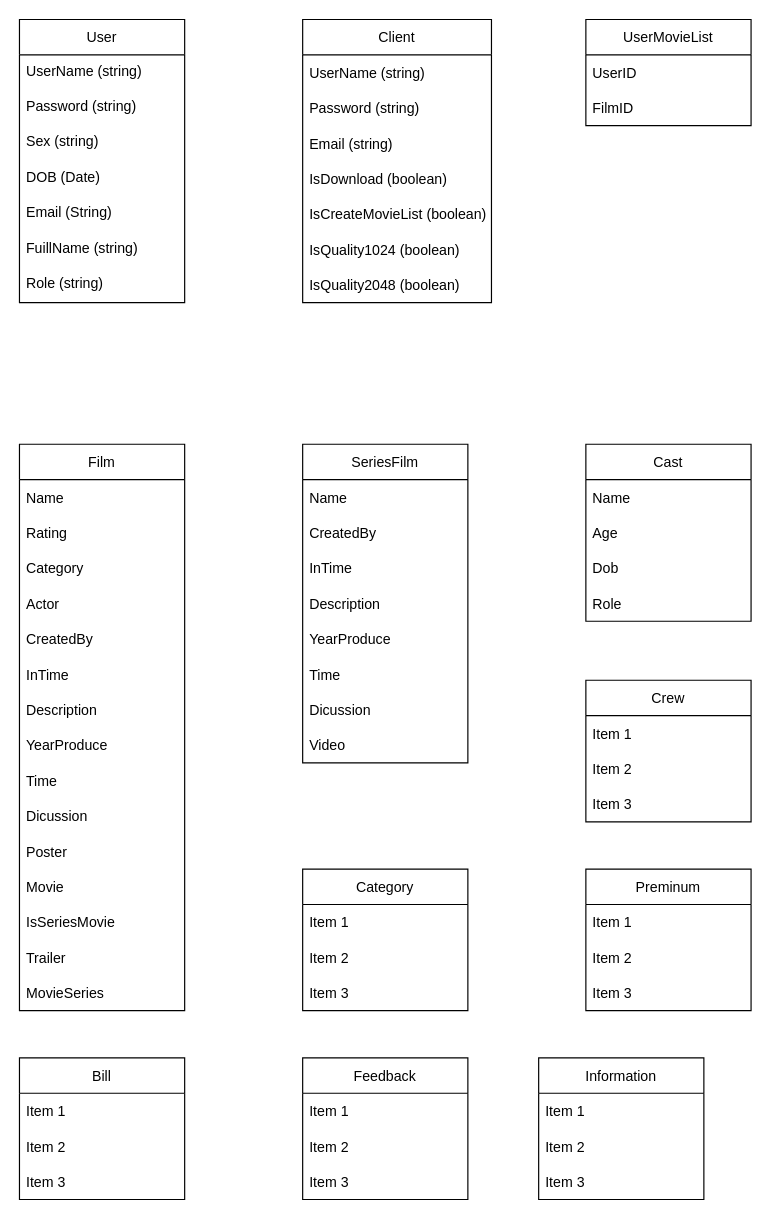
KenDZz1012/LKShop-NgonNguKichBan keeps this draw.io diagram as database.drawio. Above is the earlier version. Source tidied: cells renumbered, new cells numbered last; positions are measured from the earlier drawing's top-left corner, leaving out a move shared by most shapes. Both pictures are drawn from the tidied source at 118%, with x=0, y=0 at pixel (19, 19).
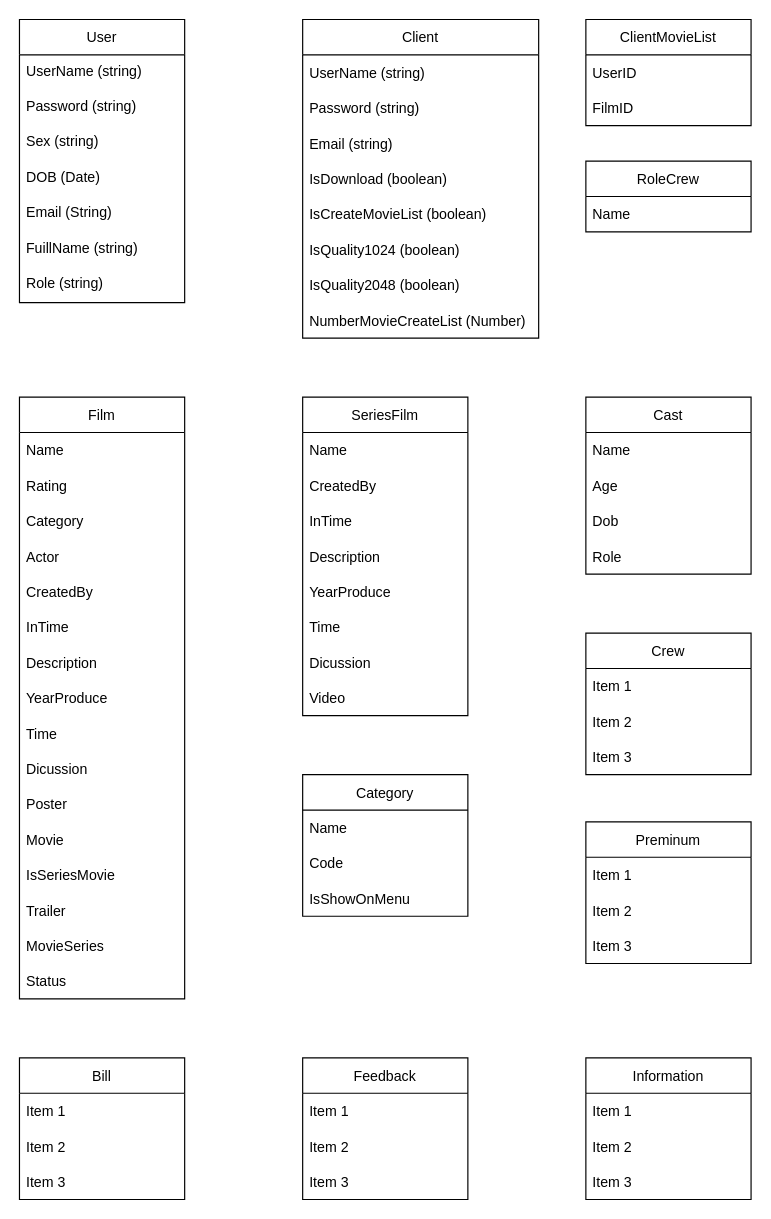
Above is the later version.

What changed in the source:
```diff
@@
     <mxCell id="10" value="Film" style="swimlane;fontStyle=0;horizontal=1;startSize=30;" parent="1" vertex="1">
-      <mxGeometry y="360" width="140" height="480" as="geometry" />
+      <mxGeometry y="320" width="140" height="510" as="geometry" />
     </mxCell>
@@
+    <mxCell id="75" value="Status" style="text;strokeColor=none;fillColor=none;align=left;verticalAlign=middle;spacingLeft=4;spacingRight=4;overflow=hidden;" parent="10" vertex="1">
+      <mxGeometry y="480" width="140" height="30" as="geometry" />
+    </mxCell>
     <mxCell id="26" value="Cast" style="swimlane;fontStyle=0;horizontal=1;startSize=30;" parent="1" vertex="1">
-      <mxGeometry x="480" y="360" width="140" height="150" as="geometry" />
+      <mxGeometry x="480" y="320" width="140" height="150" as="geometry" />
     </mxCell>
@@
     <mxCell id="31" value="Client" style="swimlane;fontStyle=0;horizontal=1;startSize=30;" parent="1" vertex="1">
-      <mxGeometry x="240" width="160" height="240" as="geometry" />
+      <mxGeometry x="240" width="200" height="270" as="geometry" />
     </mxCell>
     <mxCell id="32" value="UserName (string)" style="text;strokeColor=none;fillColor=none;align=left;verticalAlign=middle;spacingLeft=4;spacingRight=4;overflow=hidden;" parent="31" vertex="1">
-      <mxGeometry y="30" width="160" height="30" as="geometry" />
+      <mxGeometry y="30" width="200" height="30" as="geometry" />
     </mxCell>
     <mxCell id="33" value="Password (string)" style="text;strokeColor=none;fillColor=none;align=left;verticalAlign=middle;spacingLeft=4;spacingRight=4;overflow=hidden;" parent="31" vertex="1">
-      <mxGeometry y="60" width="160" height="30" as="geometry" />
+      <mxGeometry y="60" width="200" height="30" as="geometry" />
     </mxCell>
     <mxCell id="34" value="Email (string)" style="text;strokeColor=none;fillColor=none;align=left;verticalAlign=middle;spacingLeft=4;spacingRight=4;overflow=hidden;" parent="31" vertex="1">
-      <mxGeometry y="90" width="160" height="30" as="geometry" />
+      <mxGeometry y="90" width="200" height="30" as="geometry" />
     </mxCell>
     <mxCell id="35" value="IsDownload (boolean)        " style="text;strokeColor=none;fillColor=none;align=left;verticalAlign=middle;spacingLeft=4;spacingRight=4;overflow=hidden;" parent="31" vertex="1">
-      <mxGeometry y="120" width="160" height="30" as="geometry" />
+      <mxGeometry y="120" width="200" height="30" as="geometry" />
     </mxCell>
     <mxCell id="36" value="IsCreateMovieList (boolean)" style="text;strokeColor=none;fillColor=none;align=left;verticalAlign=middle;spacingLeft=4;spacingRight=4;overflow=hidden;" parent="31" vertex="1">
-      <mxGeometry y="150" width="160" height="30" as="geometry" />
+      <mxGeometry y="150" width="200" height="30" as="geometry" />
     </mxCell>
     <mxCell id="37" value="IsQuality1024 (boolean)" style="text;strokeColor=none;fillColor=none;align=left;verticalAlign=middle;spacingLeft=4;spacingRight=4;overflow=hidden;" parent="31" vertex="1">
-      <mxGeometry y="180" width="160" height="30" as="geometry" />
+      <mxGeometry y="180" width="200" height="30" as="geometry" />
     </mxCell>
     <mxCell id="38" value="IsQuality2048 (boolean)" style="text;strokeColor=none;fillColor=none;align=left;verticalAlign=middle;spacingLeft=4;spacingRight=4;overflow=hidden;" parent="31" vertex="1">
-      <mxGeometry y="210" width="160" height="30" as="geometry" />
+      <mxGeometry y="210" width="200" height="30" as="geometry" />
     </mxCell>
+    <mxCell id="76" value="NumberMovieCreateList (Number)" style="text;strokeColor=none;fillColor=none;align=left;verticalAlign=middle;spacingLeft=4;spacingRight=4;overflow=hidden;" parent="31" vertex="1">
+      <mxGeometry y="240" width="200" height="30" as="geometry" />
+    </mxCell>
     <mxCell id="39" value="Category" style="swimlane;fontStyle=0;horizontal=1;startSize=30;" parent="1" vertex="1">
-      <mxGeometry x="240" y="720" width="140" height="120" as="geometry" />
+      <mxGeometry x="240" y="640" width="140" height="120" as="geometry" />
     </mxCell>
-    <mxCell id="40" value="Item 1" style="text;strokeColor=none;fillColor=none;align=left;verticalAlign=middle;spacingLeft=4;spacingRight=4;overflow=hidden;" parent="39" vertex="1">
+    <mxCell id="40" value="Name" style="text;strokeColor=none;fillColor=none;align=left;verticalAlign=middle;spacingLeft=4;spacingRight=4;overflow=hidden;" parent="39" vertex="1">
       <mxGeometry y="30" width="140" height="30" as="geometry" />
     </mxCell>
-    <mxCell id="41" value="Item 2" style="text;strokeColor=none;fillColor=none;align=left;verticalAlign=middle;spacingLeft=4;spacingRight=4;overflow=hidden;" parent="39" vertex="1">
+    <mxCell id="41" value="Code" style="text;strokeColor=none;fillColor=none;align=left;verticalAlign=middle;spacingLeft=4;spacingRight=4;overflow=hidden;" parent="39" vertex="1">
       <mxGeometry y="60" width="140" height="30" as="geometry" />
     </mxCell>
-    <mxCell id="42" value="Item 3" style="text;strokeColor=none;fillColor=none;align=left;verticalAlign=middle;spacingLeft=4;spacingRight=4;overflow=hidden;" parent="39" vertex="1">
+    <mxCell id="42" value="IsShowOnMenu" style="text;strokeColor=none;fillColor=none;align=left;verticalAlign=middle;spacingLeft=4;spacingRight=4;overflow=hidden;" parent="39" vertex="1">
       <mxGeometry y="90" width="140" height="30" as="geometry" />
     </mxCell>
-    <mxCell id="43" value="UserMovieList" style="swimlane;fontStyle=0;horizontal=1;startSize=30;" parent="1" vertex="1">
+    <mxCell id="43" value="ClientMovieList" style="swimlane;fontStyle=0;horizontal=1;startSize=30;" parent="1" vertex="1">
       <mxGeometry x="480" width="140" height="90" as="geometry" />
     </mxCell>
@@
     <mxCell id="46" value="Preminum" style="swimlane;fontStyle=0;horizontal=1;startSize=30;" parent="1" vertex="1">
-      <mxGeometry x="480" y="720" width="140" height="120" as="geometry" />
+      <mxGeometry x="480" y="680" width="140" height="120" as="geometry" />
     </mxCell>
@@
     <mxCell id="58" value="Crew" style="swimlane;fontStyle=0;horizontal=1;startSize=30;" parent="1" vertex="1">
-      <mxGeometry x="480" y="560" width="140" height="120" as="geometry" />
+      <mxGeometry x="480" y="520" width="140" height="120" as="geometry" />
     </mxCell>
@@
     <mxCell id="62" value="SeriesFilm" style="swimlane;fontStyle=0;horizontal=1;startSize=30;" parent="1" vertex="1">
-      <mxGeometry x="240" y="360" width="140" height="270" as="geometry" />
+      <mxGeometry x="240" y="320" width="140" height="270" as="geometry" />
     </mxCell>
@@
     <mxCell id="71" value="Information" style="swimlane;fontStyle=0;horizontal=1;startSize=30;" parent="1" vertex="1">
-      <mxGeometry x="440" y="880" width="140" height="120" as="geometry" />
+      <mxGeometry x="480" y="880" width="140" height="120" as="geometry" />
     </mxCell>
@@
+    <mxCell id="77" value="RoleCrew" style="swimlane;fontStyle=0;horizontal=1;startSize=30;" parent="1" vertex="1">
+      <mxGeometry x="480" y="120" width="140" height="60" as="geometry" />
+    </mxCell>
+    <mxCell id="78" value="Name" style="text;strokeColor=none;fillColor=none;align=left;verticalAlign=middle;spacingLeft=4;spacingRight=4;overflow=hidden;" parent="77" vertex="1">
+      <mxGeometry y="30" width="140" height="30" as="geometry" />
+    </mxCell>
```
